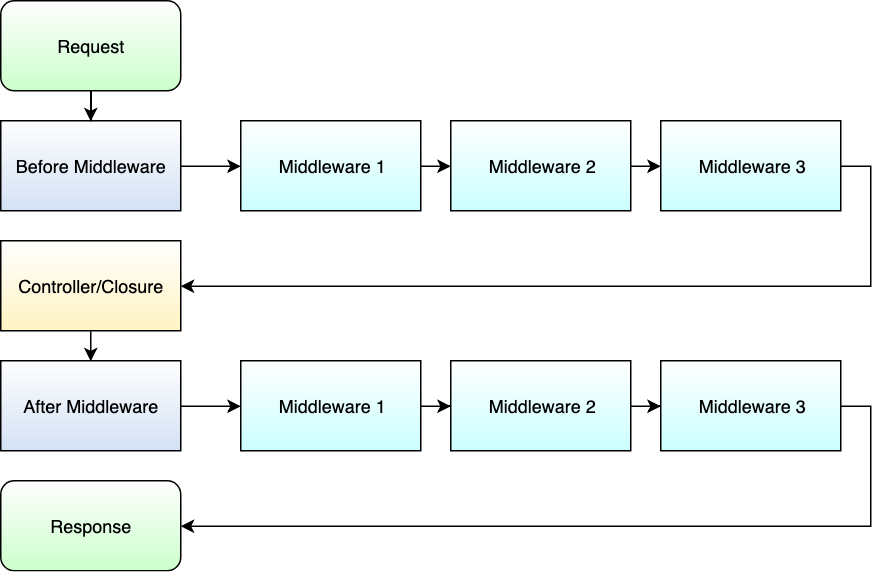
piotr-jura-udemy/laravel-cheat-sheet keeps this draw.io diagram as middleware.png. Above is the earlier version. Source tidied: cells renumbered, new cells last; positions are measured from the earlier drawing's top-left corner, leaving out a move shared by most shapes.
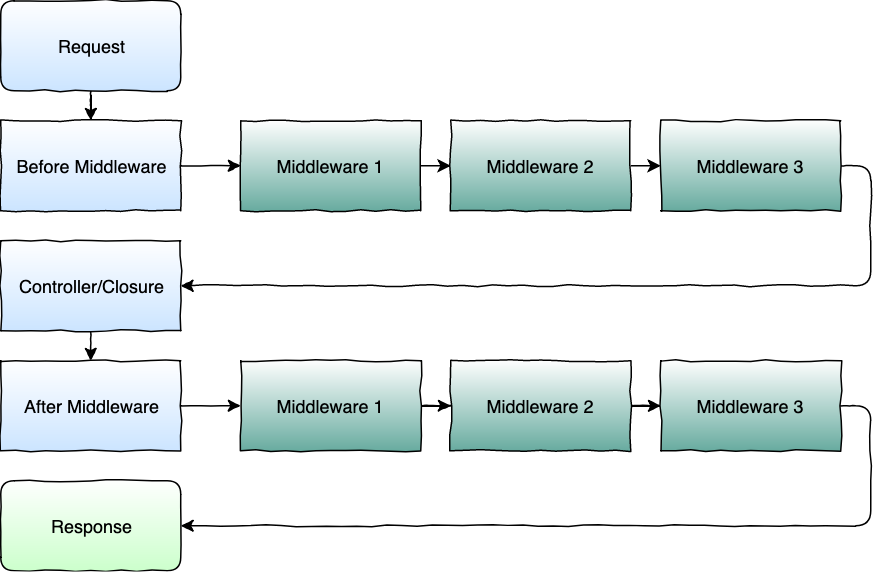
Above is the later version.

What changed in the source:
```diff
@@ -2,64 +2,64 @@
   <root>
     <mxCell id="0" />
     <mxCell id="1" parent="0" />
-    <mxCell id="2" style="edgeStyle=orthogonalEdgeStyle;rounded=0;jettySize=auto;html=1;exitX=0.5;exitY=1;exitDx=0;exitDy=0;entryX=0.5;entryY=0;entryDx=0;entryDy=0;fontSize=12;" parent="1" edge="1" source="3" target="7">
+    <mxCell id="2" style="edgeStyle=orthogonalEdgeStyle;rounded=1;jettySize=auto;html=1;exitX=0.5;exitY=1;exitDx=0;exitDy=0;entryX=0.5;entryY=0;entryDx=0;entryDy=0;fontSize=12;comic=1;" parent="1" edge="1" source="3" target="7">
       <mxGeometry relative="1" as="geometry" />
     </mxCell>
-    <mxCell id="3" value="Controller/Closure" style="rounded=0;whiteSpace=wrap;html=1;labelBackgroundColor=none;fillColor=#ffffff;gradientColor=#FFF4C3;fontSize=12;" parent="1" vertex="1">
+    <mxCell id="3" value="Controller/Closure" style="rounded=0;whiteSpace=wrap;html=1;labelBackgroundColor=none;fillColor=#ffffff;gradientColor=#CCE5FF;fontSize=12;comic=1;" parent="1" vertex="1">
       <mxGeometry y="160" width="120" height="60" as="geometry" />
     </mxCell>
-    <mxCell id="4" style="edgeStyle=orthogonalEdgeStyle;rounded=0;jettySize=auto;html=1;entryX=0;entryY=0.5;entryDx=0;entryDy=0;fontSize=12;" parent="1" edge="1" source="5" target="12">
+    <mxCell id="4" style="edgeStyle=orthogonalEdgeStyle;rounded=1;jettySize=auto;html=1;entryX=0;entryY=0.5;entryDx=0;entryDy=0;fontSize=12;comic=1;" parent="1" edge="1" source="5" target="12">
       <mxGeometry relative="1" as="geometry" />
     </mxCell>
-    <mxCell id="5" value="Before Middleware" style="rounded=0;whiteSpace=wrap;html=1;labelBackgroundColor=none;fillColor=#ffffff;gradientColor=#D4E1F5;fontSize=12;" parent="1" vertex="1">
+    <mxCell id="5" value="Before Middleware" style="rounded=0;whiteSpace=wrap;html=1;labelBackgroundColor=none;fillColor=#ffffff;gradientColor=#CCE5FF;fontSize=12;comic=1;" parent="1" vertex="1">
       <mxGeometry y="80" width="120" height="60" as="geometry" />
     </mxCell>
-    <mxCell id="6" style="edgeStyle=orthogonalEdgeStyle;rounded=0;jettySize=auto;html=1;entryX=0;entryY=0.5;entryDx=0;entryDy=0;fontSize=12;" parent="1" edge="1" source="7" target="18">
+    <mxCell id="6" style="edgeStyle=orthogonalEdgeStyle;rounded=1;jettySize=auto;html=1;entryX=0;entryY=0.5;entryDx=0;entryDy=0;fontSize=12;comic=1;" parent="1" edge="1" source="7" target="18">
       <mxGeometry relative="1" as="geometry" />
     </mxCell>
-    <mxCell id="7" value="After Middleware" style="rounded=0;whiteSpace=wrap;html=1;labelBackgroundColor=none;fillColor=#ffffff;gradientColor=#D4E1F5;fontSize=12;" parent="1" vertex="1">
+    <mxCell id="7" value="After Middleware" style="rounded=0;whiteSpace=wrap;html=1;labelBackgroundColor=none;fillColor=#ffffff;gradientColor=#CCE5FF;fontSize=12;comic=1;" parent="1" vertex="1">
       <mxGeometry y="240" width="120" height="60" as="geometry" />
     </mxCell>
-    <mxCell id="8" style="edgeStyle=orthogonalEdgeStyle;rounded=0;jettySize=auto;html=1;entryX=0.5;entryY=0;entryDx=0;entryDy=0;fontSize=12;" parent="1" edge="1" source="9" target="5">
+    <mxCell id="8" style="edgeStyle=orthogonalEdgeStyle;rounded=1;jettySize=auto;html=1;entryX=0.5;entryY=0;entryDx=0;entryDy=0;fontSize=12;comic=1;" parent="1" edge="1" source="9" target="5">
       <mxGeometry relative="1" as="geometry" />
     </mxCell>
-    <mxCell id="9" value="Request" style="rounded=1;whiteSpace=wrap;html=1;labelBackgroundColor=none;fillColor=#ffffff;gradientColor=#CCFFCC;fontSize=12;" parent="1" vertex="1">
+    <mxCell id="9" value="Request" style="rounded=1;whiteSpace=wrap;html=1;labelBackgroundColor=none;fillColor=#ffffff;gradientColor=#CCE5FF;fontSize=12;comic=1;" parent="1" vertex="1">
       <mxGeometry width="120" height="60" as="geometry" />
     </mxCell>
-    <mxCell id="10" value="Response" style="rounded=1;whiteSpace=wrap;html=1;labelBackgroundColor=none;fillColor=#ffffff;gradientColor=#CCFFCC;fontSize=12;" parent="1" vertex="1">
+    <mxCell id="10" value="Response" style="rounded=1;whiteSpace=wrap;html=1;labelBackgroundColor=none;fillColor=#ffffff;gradientColor=#CCFFCC;fontSize=12;comic=1;" parent="1" vertex="1">
       <mxGeometry y="320" width="120" height="60" as="geometry" />
     </mxCell>
     <mxCell id="11" style="edgeStyle=orthogonalEdgeStyle;rounded=0;jettySize=auto;html=1;exitX=1;exitY=0.5;exitDx=0;exitDy=0;entryX=0;entryY=0.5;entryDx=0;entryDy=0;fontSize=12;" parent="1" edge="1" source="12" target="14">
       <mxGeometry relative="1" as="geometry" />
     </mxCell>
-    <mxCell id="12" value="Middleware 1" style="rounded=0;whiteSpace=wrap;html=1;labelBackgroundColor=none;fillColor=#ffffff;gradientColor=#CCFFFF;fontSize=12;" parent="1" vertex="1">
+    <mxCell id="12" value="Middleware 1" style="rounded=0;whiteSpace=wrap;html=1;labelBackgroundColor=none;fillColor=#ffffff;gradientColor=#67AB9F;fontSize=12;comic=1;" parent="1" vertex="1">
       <mxGeometry x="160" y="80" width="120" height="60" as="geometry" />
     </mxCell>
     <mxCell id="13" style="edgeStyle=orthogonalEdgeStyle;rounded=0;jettySize=auto;html=1;exitX=1;exitY=0.5;exitDx=0;exitDy=0;entryX=0;entryY=0.5;entryDx=0;entryDy=0;fontSize=12;" parent="1" edge="1" source="14" target="16">
       <mxGeometry relative="1" as="geometry" />
     </mxCell>
-    <mxCell id="14" value="Middleware 2" style="rounded=0;whiteSpace=wrap;html=1;labelBackgroundColor=none;fillColor=#ffffff;gradientColor=#CCFFFF;fontSize=12;" parent="1" vertex="1">
+    <mxCell id="14" value="Middleware 2" style="rounded=0;whiteSpace=wrap;html=1;labelBackgroundColor=none;fillColor=#ffffff;gradientColor=#67AB9F;fontSize=12;comic=1;" parent="1" vertex="1">
       <mxGeometry x="300" y="80" width="120" height="60" as="geometry" />
     </mxCell>
-    <mxCell id="15" style="edgeStyle=orthogonalEdgeStyle;rounded=0;jettySize=auto;html=1;exitX=1;exitY=0.5;exitDx=0;exitDy=0;entryX=1;entryY=0.5;entryDx=0;entryDy=0;fontSize=12;" parent="1" edge="1" source="16" target="3">
+    <mxCell id="15" style="edgeStyle=orthogonalEdgeStyle;jettySize=auto;html=1;exitX=1;exitY=0.5;exitDx=0;exitDy=0;entryX=1;entryY=0.5;entryDx=0;entryDy=0;fontSize=12;comic=1;rounded=1;" parent="1" edge="1" source="16" target="3">
       <mxGeometry relative="1" as="geometry" />
     </mxCell>
-    <mxCell id="16" value="Middleware 3" style="rounded=0;whiteSpace=wrap;html=1;labelBackgroundColor=none;fillColor=#ffffff;gradientColor=#CCFFFF;fontSize=12;" parent="1" vertex="1">
+    <mxCell id="16" value="Middleware 3" style="rounded=0;whiteSpace=wrap;html=1;labelBackgroundColor=none;fillColor=#ffffff;gradientColor=#67AB9F;fontSize=12;comic=1;" parent="1" vertex="1">
       <mxGeometry x="440" y="80" width="120" height="60" as="geometry" />
     </mxCell>
-    <mxCell id="17" style="edgeStyle=orthogonalEdgeStyle;rounded=0;jettySize=auto;html=1;entryX=0;entryY=0.5;entryDx=0;entryDy=0;fontSize=12;" parent="1" edge="1" source="18" target="20">
+    <mxCell id="17" style="edgeStyle=orthogonalEdgeStyle;rounded=0;jettySize=auto;html=1;entryX=0;entryY=0.5;entryDx=0;entryDy=0;fontSize=12;comic=1;" parent="1" edge="1" source="18" target="20">
       <mxGeometry relative="1" as="geometry" />
     </mxCell>
-    <mxCell id="18" value="Middleware 1" style="rounded=0;whiteSpace=wrap;html=1;labelBackgroundColor=none;fillColor=#ffffff;gradientColor=#CCFFFF;fontSize=12;" parent="1" vertex="1">
+    <mxCell id="18" value="Middleware 1" style="rounded=0;whiteSpace=wrap;html=1;labelBackgroundColor=none;fillColor=#ffffff;gradientColor=#67AB9F;fontSize=12;comic=1;" parent="1" vertex="1">
       <mxGeometry x="160" y="240" width="120" height="60" as="geometry" />
     </mxCell>
-    <mxCell id="19" style="edgeStyle=orthogonalEdgeStyle;rounded=0;jettySize=auto;html=1;entryX=0;entryY=0.5;entryDx=0;entryDy=0;fontSize=12;" parent="1" edge="1" source="20" target="22">
+    <mxCell id="19" style="edgeStyle=orthogonalEdgeStyle;rounded=0;jettySize=auto;html=1;entryX=0;entryY=0.5;entryDx=0;entryDy=0;fontSize=12;comic=1;" parent="1" edge="1" source="20" target="22">
       <mxGeometry relative="1" as="geometry" />
     </mxCell>
-    <mxCell id="20" value="Middleware 2" style="rounded=0;whiteSpace=wrap;html=1;labelBackgroundColor=none;fillColor=#ffffff;gradientColor=#CCFFFF;fontSize=12;" parent="1" vertex="1">
+    <mxCell id="20" value="Middleware 2" style="rounded=0;whiteSpace=wrap;html=1;labelBackgroundColor=none;fillColor=#ffffff;gradientColor=#67AB9F;fontSize=12;comic=1;" parent="1" vertex="1">
       <mxGeometry x="300" y="240" width="120" height="60" as="geometry" />
     </mxCell>
-    <mxCell id="21" style="edgeStyle=orthogonalEdgeStyle;rounded=0;jettySize=auto;html=1;entryX=1;entryY=0.5;entryDx=0;entryDy=0;fontSize=12;" parent="1" edge="1" source="22" target="10">
+    <mxCell id="21" style="edgeStyle=orthogonalEdgeStyle;rounded=1;jettySize=auto;html=1;entryX=1;entryY=0.5;entryDx=0;entryDy=0;fontSize=12;comic=1;" parent="1" edge="1" source="22" target="10">
       <mxGeometry relative="1" as="geometry">
         <Array as="points">
           <mxPoint x="580" y="270" />
@@ -67,7 +67,7 @@
         </Array>
       </mxGeometry>
     </mxCell>
-    <mxCell id="22" value="Middleware 3" style="rounded=0;whiteSpace=wrap;html=1;labelBackgroundColor=none;fillColor=#ffffff;gradientColor=#CCFFFF;fontSize=12;" parent="1" vertex="1">
+    <mxCell id="22" value="Middleware 3" style="rounded=0;whiteSpace=wrap;html=1;labelBackgroundColor=none;fillColor=#ffffff;gradientColor=#67AB9F;fontSize=12;comic=1;" parent="1" vertex="1">
       <mxGeometry x="440" y="240" width="120" height="60" as="geometry" />
     </mxCell>
   </root>
```
